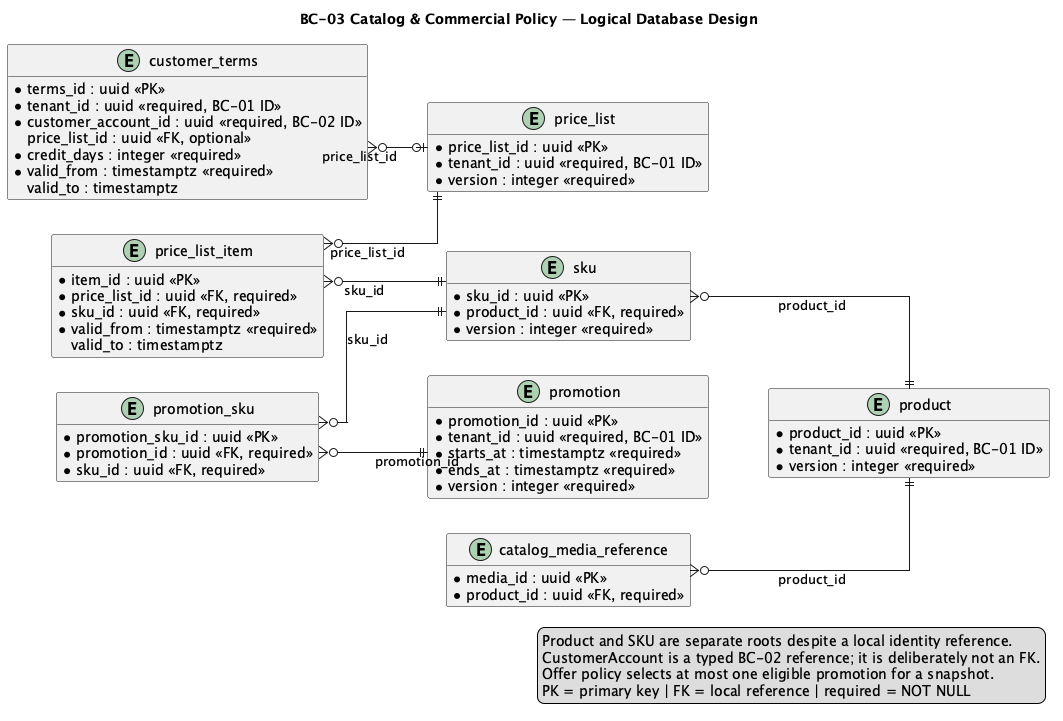
Before: report/assets/chapter-2/tactical/BC-03/database-diagram.png, a diagram exported from PlantUML (nexa-suite/mobile-report).
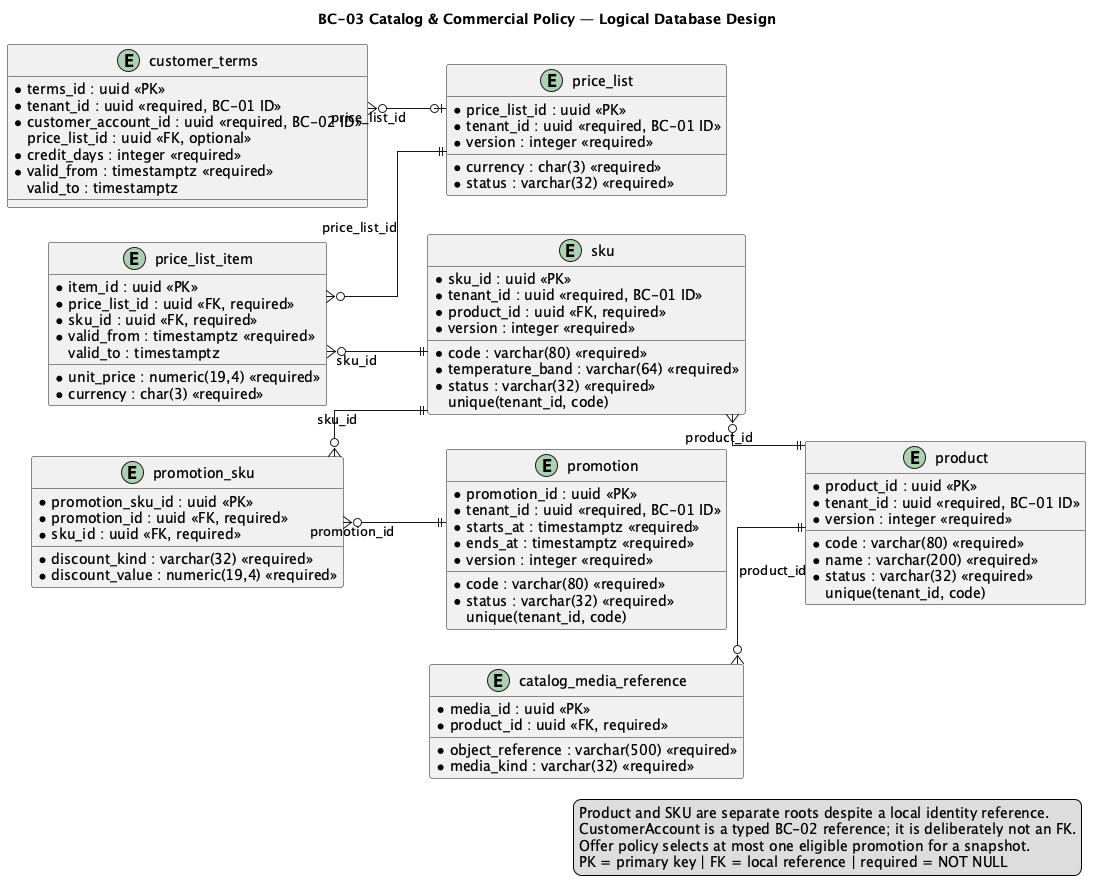
The same file after the commit.

What changed in the source:
```diff
@@ -1,7 +1,6 @@
 @startuml
 title BC-03 Catalog & Commercial Policy — Logical Database Design
 left to right direction
-hide methods
 skinparam shadowing false
 skinparam linetype ortho
 skinparam entity {
@@ -13,19 +12,22 @@
 entity "product" as product {
   * product_id : uuid <<PK>>
   * tenant_id : uuid <<required, BC-01 ID>>
-  * code : varchar(80) <<required, unique>>
+  * code : varchar(80) <<required>>
   * name : varchar(200) <<required>>
   * status : varchar(32) <<required>>
   * version : integer <<required>>
+    unique(tenant_id, code)
 }
 
 entity "sku" as sku {
   * sku_id : uuid <<PK>>
+  * tenant_id : uuid <<required, BC-01 ID>>
   * product_id : uuid <<FK, required>>
-  * code : varchar(80) <<required, unique>>
+  * code : varchar(80) <<required>>
   * temperature_band : varchar(64) <<required>>
   * status : varchar(32) <<required>>
   * version : integer <<required>>
+    unique(tenant_id, code)
 }
 
 entity "catalog_media_reference" as catalog_media {
@@ -71,6 +73,7 @@
   * starts_at : timestamptz <<required>>
   * ends_at : timestamptz <<required>>
   * version : integer <<required>>
+    unique(tenant_id, code)
 }
 
 entity "promotion_sku" as promotion_sku {
```
